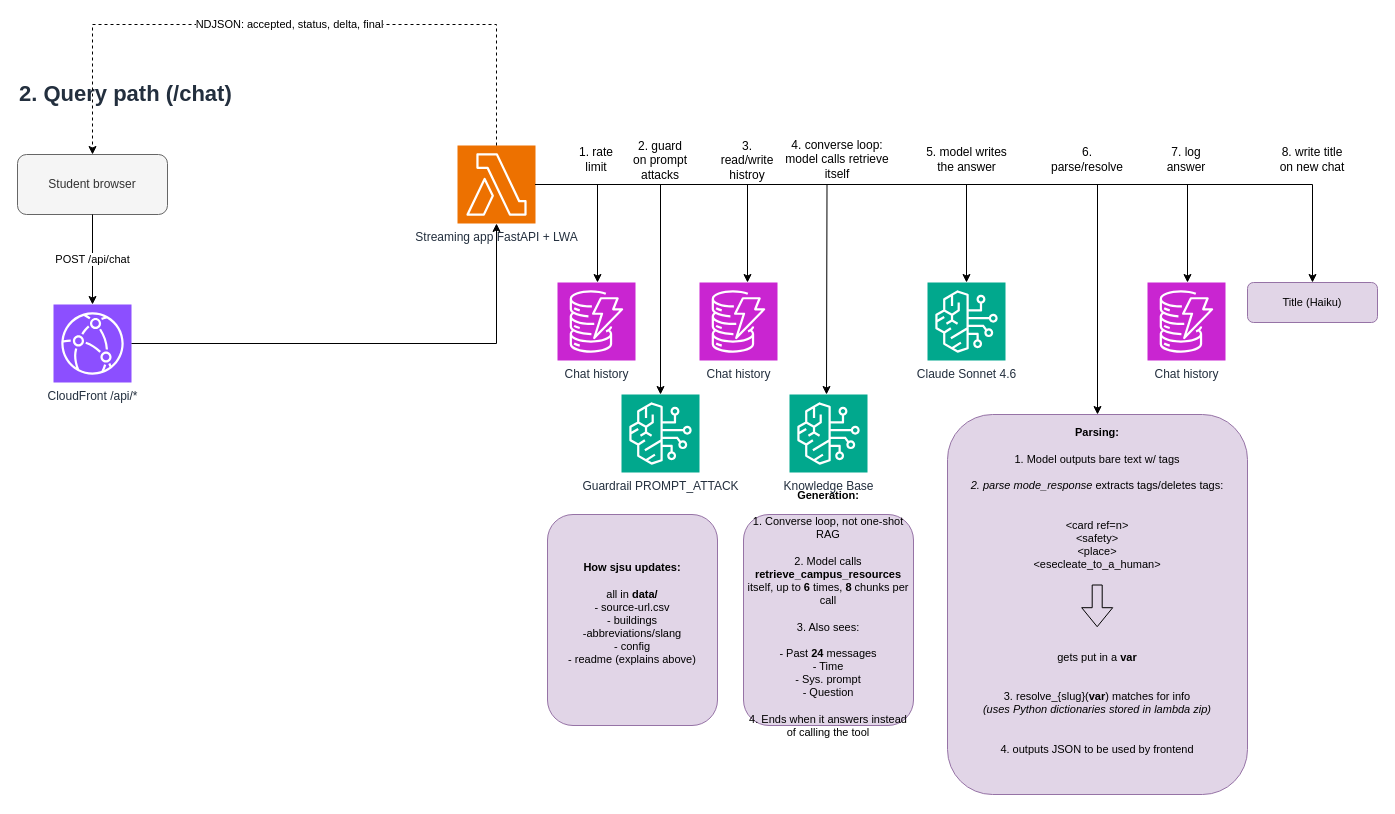
Before: page "2. Query path" (2 of 2) of docs/architecture.drawio in cal-poly-dxhub/sjsu-success-navigator, a draw.io diagram. Source tidied: cells renumbered, new cells numbered last; positions are measured from the earlier drawing's top-left corner, leaving out a move shared by most shapes. Both pictures are drawn from the tidied source at 100%, with x=0, y=0 at pixel (17, 24).
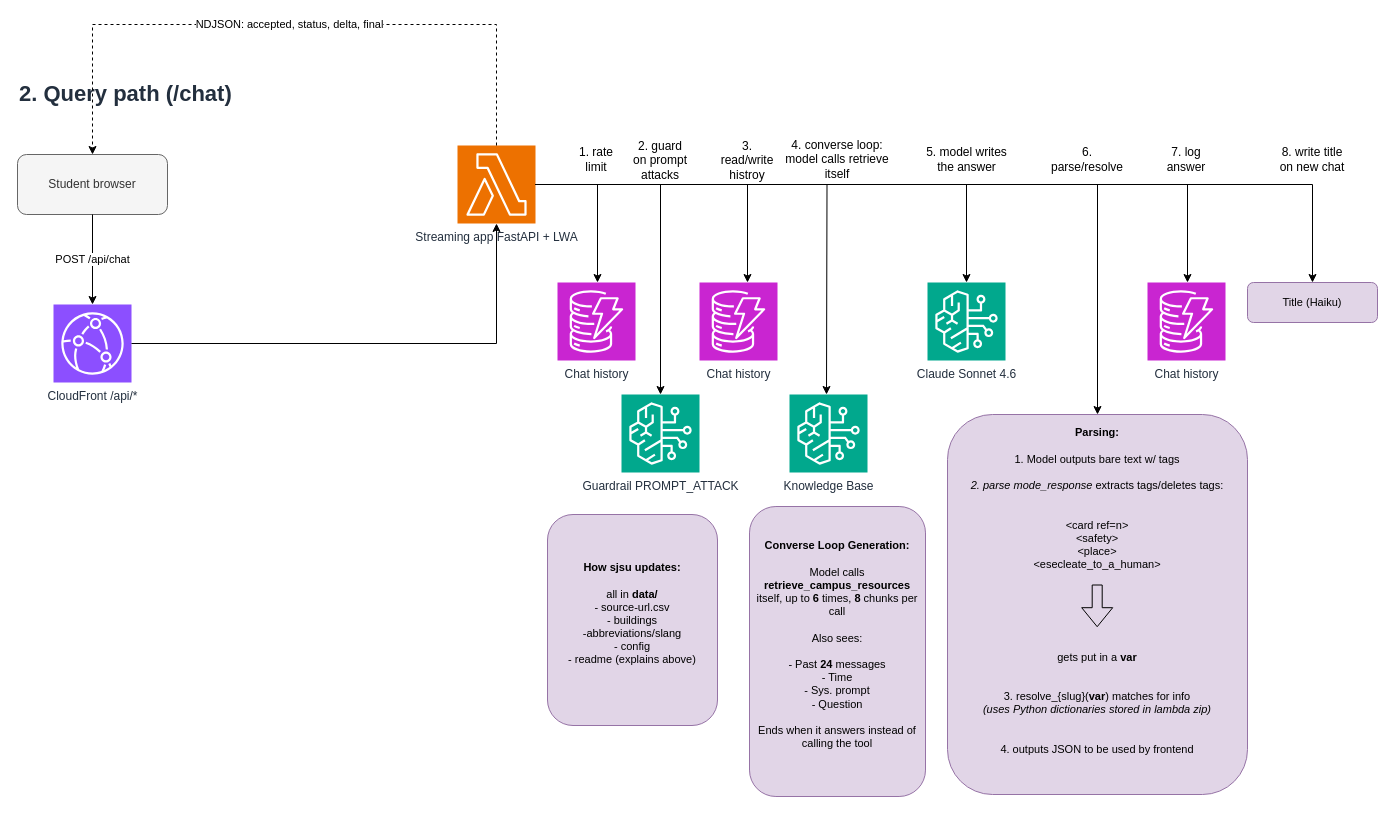
The same diagram, later.

Commit message:
docs(diagram): retitle the generation note as the converse loop

The note carried "Converse loop, not one-shot RAG" as its first numbered item.
The heading says it now, so that line and the list numbering both go, leaving
what the loop actually does: the model calls retrieve_campus_resources itself,
what else it sees, and when it stops.

The edit, as a diff of the source:
```diff
@@
-    <mxCell id="31" value="&lt;div&gt;&lt;b&gt;Generation:&lt;/b&gt;&lt;/div&gt;&lt;div&gt;&lt;b&gt;&lt;br&gt;&lt;/b&gt;&lt;/div&gt;&lt;div&gt;1. Converse loop, not one-shot RAG&lt;/div&gt;&lt;div&gt;&lt;br&gt;&lt;/div&gt;&lt;div&gt;2. Model calls &lt;b&gt;retrieve_campus_resources&lt;/b&gt; itself, up to &lt;b&gt;6&lt;/b&gt; times, &lt;b&gt;8&lt;/b&gt; chunks per call&lt;/div&gt;&lt;div&gt;&lt;br&gt;&lt;/div&gt;&lt;div&gt;3. Also sees:&lt;/div&gt;&lt;div&gt;&lt;br&gt;&lt;/div&gt;&lt;div&gt;- Past &lt;b&gt;24&lt;/b&gt; messages&lt;/div&gt;&lt;div&gt;- Time&lt;/div&gt;&lt;div&gt;- Sys. prompt&lt;/div&gt;&lt;div&gt;- Question&lt;/div&gt;&lt;div&gt;&lt;br&gt;&lt;/div&gt;&lt;div&gt;4. Ends when it answers instead of calling the tool&lt;/div&gt;&lt;div&gt;&lt;br&gt;&lt;/div&gt;" style="rounded=1;whiteSpace=wrap;html=1;fillColor=#e1d5e7;strokeColor=#9673a6;fontSize=11;" parent="1" vertex="1">
-      <mxGeometry x="726" y="490" width="170" height="211" as="geometry" />
+    <mxCell id="31" value="&lt;div&gt;&lt;b&gt;Converse Loop Generation:&lt;/b&gt;&lt;/div&gt;&lt;div&gt;&lt;br&gt;&lt;/div&gt;&lt;div&gt;Model calls &lt;b&gt;retrieve_campus_resources&lt;/b&gt; itself, up to &lt;b&gt;6&lt;/b&gt; times, &lt;b&gt;8&lt;/b&gt; chunks per call&lt;/div&gt;&lt;div&gt;&lt;br&gt;&lt;/div&gt;&lt;div&gt;Also sees:&lt;/div&gt;&lt;div&gt;&lt;br&gt;&lt;/div&gt;&lt;div&gt;- Past &lt;b&gt;24&lt;/b&gt; messages&lt;/div&gt;&lt;div&gt;- Time&lt;/div&gt;&lt;div&gt;- Sys. prompt&lt;/div&gt;&lt;div&gt;- Question&lt;/div&gt;&lt;div&gt;&lt;br&gt;&lt;/div&gt;&lt;div&gt;Ends when it answers instead of calling the tool&lt;/div&gt;&lt;div&gt;&lt;br&gt;&lt;/div&gt;" style="rounded=1;whiteSpace=wrap;html=1;fillColor=#e1d5e7;strokeColor=#9673a6;fontSize=11;" parent="1" vertex="1">
+      <mxGeometry x="732" y="482" width="176" height="290" as="geometry" />
     </mxCell>
```
